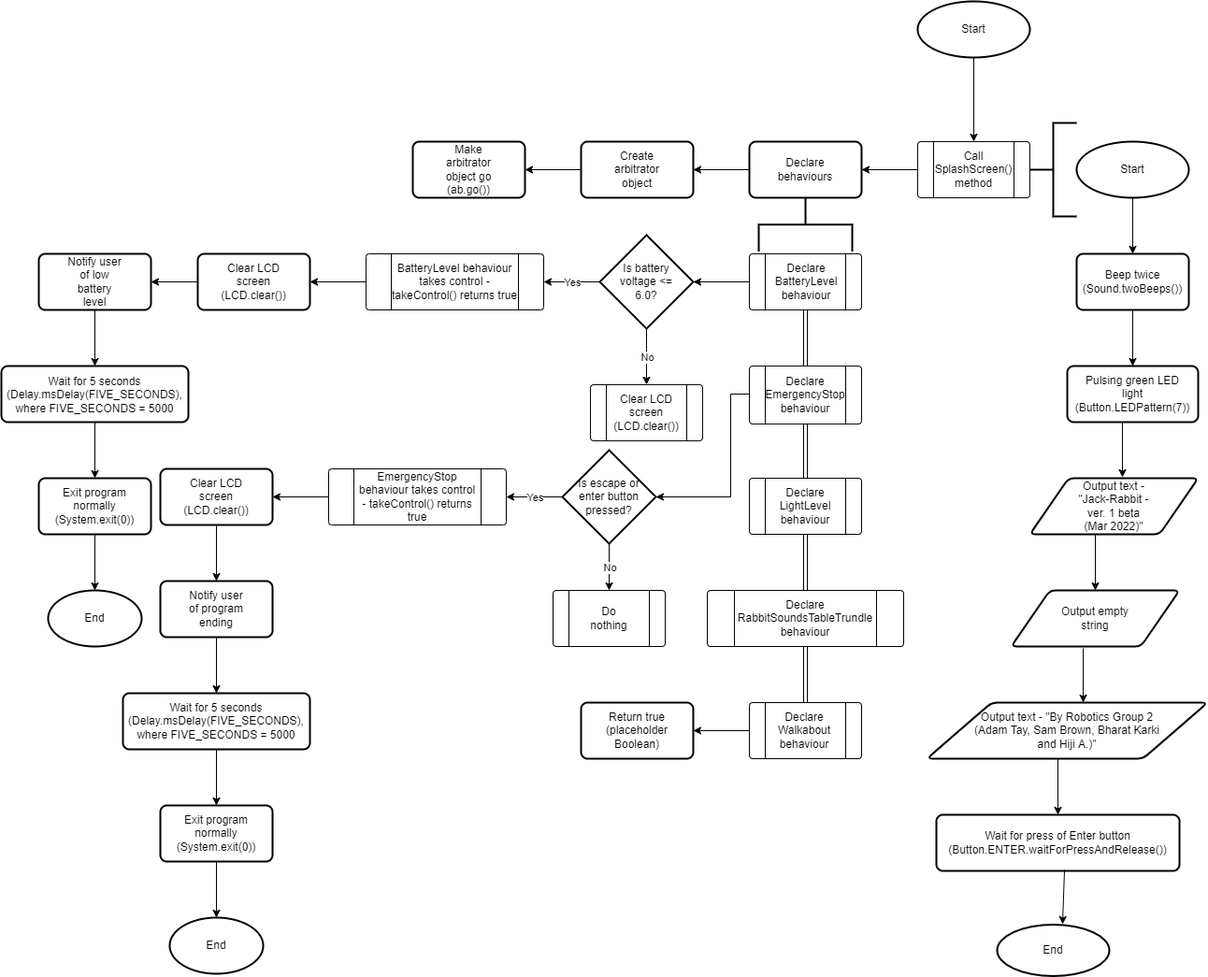
This is Final submission/ControlFlow.png from XLmT09/Bunny-Robot, a draw.io export, as it was before one commit. Source tidied: cells renumbered, new cells last; positions are measured from the earlier drawing's top-left corner, leaving out a move shared by most shapes.
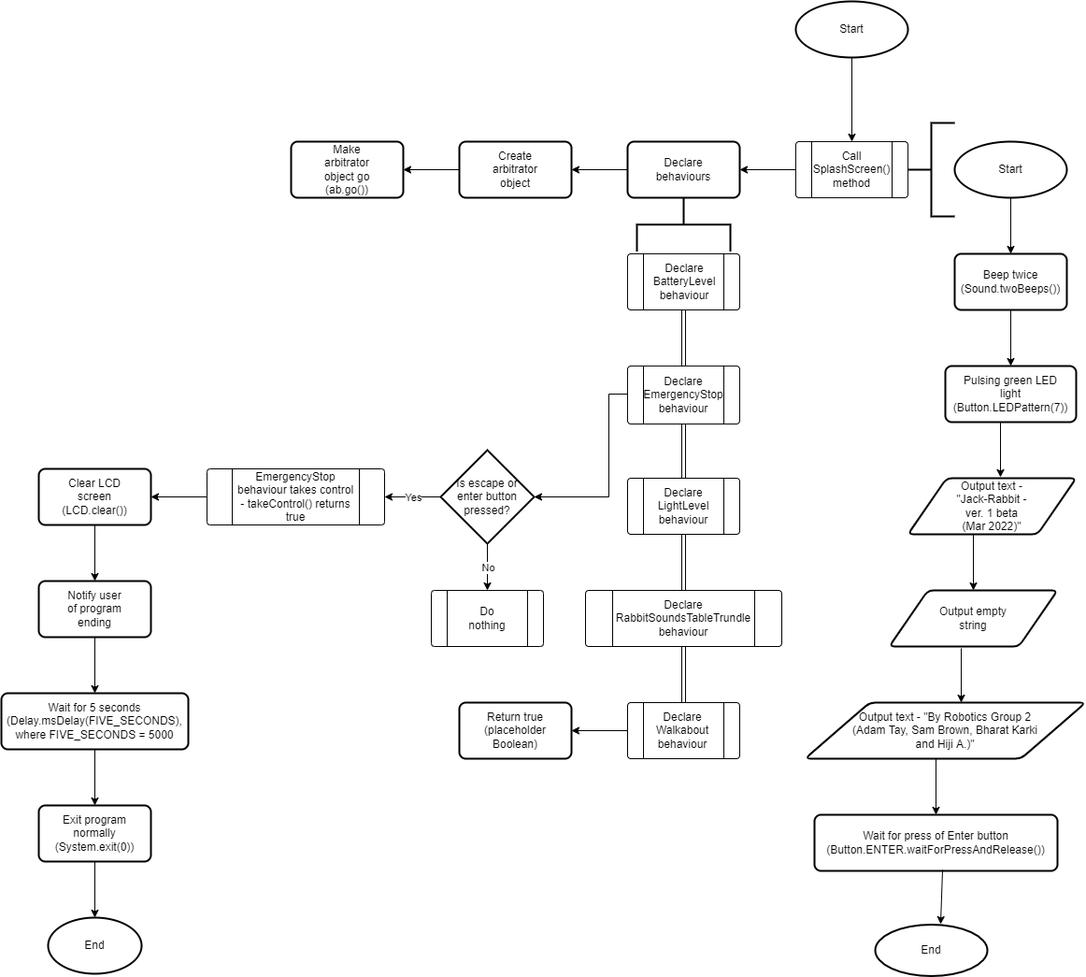
Above is the later version.

Diff of the diagram source:
```diff
@@ -208,52 +208,6 @@
         <mxPoint x="860" y="630" as="targetPoint" />
       </mxGeometry>
     </mxCell>
-    <mxCell id="66" style="endArrow=classic;html=1;rounded=0;sourcePerimeterSpacing=8;targetPerimeterSpacing=8;entryX=1;entryY=0.5;entryDx=0;entryDy=0;entryPerimeter=0;exitX=0;exitY=0.5;exitDx=0;exitDy=0;" parent="1" edge="1" source="47" target="68">
-      <mxGeometry relative="1" as="geometry" />
-    </mxCell>
-    <mxCell id="67" style="group;" parent="1" vertex="1">
-      <mxGeometry x="640" y="250" width="100" height="100" as="geometry" />
-    </mxCell>
-    <mxCell id="68" style="strokeWidth=2;html=1;shape=mxgraph.flowchart.decision;whiteSpace=wrap;hachureGap=4;" parent="67" vertex="1">
-      <mxGeometry width="100" height="100" as="geometry" />
-    </mxCell>
-    <mxCell id="69" value="Is battery voltage &amp;lt;= 6.0?" style="text;strokeColor=none;fillColor=none;html=1;align=center;verticalAlign=middle;whiteSpace=wrap;rounded=0;hachureGap=4;" parent="67" vertex="1">
-      <mxGeometry x="20" y="35" width="60" height="30" as="geometry" />
-    </mxCell>
-    <mxCell id="70" style="endArrow=classic;html=1;rounded=0;sourcePerimeterSpacing=8;targetPerimeterSpacing=8;exitX=0.5;exitY=1;exitDx=0;exitDy=0;exitPerimeter=0;" parent="1" edge="1" source="68">
-      <mxGeometry relative="1" as="geometry">
-        <mxPoint x="690" y="410" as="targetPoint" />
-      </mxGeometry>
-    </mxCell>
-    <mxCell id="71" value="No" style="edgeLabel;html=1;align=center;verticalAlign=middle;hachureGap=4;" parent="70" vertex="1">
-      <mxGeometry relative="1" as="geometry" />
-    </mxCell>
-    <mxCell id="72" style="endArrow=classic;html=1;rounded=0;sourcePerimeterSpacing=8;targetPerimeterSpacing=8;exitX=0;exitY=0.5;exitDx=0;exitDy=0;exitPerimeter=0;" parent="1" edge="1" source="68">
-      <mxGeometry relative="1" as="geometry">
-        <mxPoint x="580" y="300" as="targetPoint" />
-      </mxGeometry>
-    </mxCell>
-    <mxCell id="73" value="Yes" style="edgeLabel;html=1;align=center;verticalAlign=middle;hachureGap=4;" parent="72" vertex="1">
-      <mxGeometry relative="1" as="geometry" />
-    </mxCell>
-    <mxCell id="74" style="group;" parent="1" vertex="1">
-      <mxGeometry x="390" y="270" width="190" height="60" as="geometry" />
-    </mxCell>
-    <mxCell id="75" style="verticalLabelPosition=bottom;verticalAlign=top;html=1;shape=process;whiteSpace=wrap;rounded=1;size=0.14;arcSize=6;hachureGap=4;" parent="74" vertex="1">
-      <mxGeometry width="190" height="60" as="geometry" />
-    </mxCell>
-    <mxCell id="76" value="BatteryLevel behaviour takes control - takeControl() returns true" style="text;strokeColor=none;fillColor=none;html=1;align=center;verticalAlign=middle;whiteSpace=wrap;rounded=0;hachureGap=4;" parent="74" vertex="1">
-      <mxGeometry x="25" y="15" width="140" height="30" as="geometry" />
-    </mxCell>
-    <mxCell id="77" style="group;" parent="1" vertex="1">
-      <mxGeometry x="630" y="410" width="170" height="60" as="geometry" />
-    </mxCell>
-    <mxCell id="78" style="verticalLabelPosition=bottom;verticalAlign=top;html=1;shape=process;whiteSpace=wrap;rounded=1;size=0.14;arcSize=6;hachureGap=4;" parent="77" vertex="1">
-      <mxGeometry width="120" height="60" as="geometry" />
-    </mxCell>
-    <mxCell id="79" value="Clear LCD screen (LCD.clear())" style="text;strokeColor=none;fillColor=none;html=1;align=center;verticalAlign=middle;whiteSpace=wrap;rounded=0;hachureGap=4;" parent="77" vertex="1">
-      <mxGeometry x="30" y="15" width="60" height="30" as="geometry" />
-    </mxCell>
     <mxCell id="80" style="endArrow=classic;html=1;rounded=0;sourcePerimeterSpacing=8;targetPerimeterSpacing=8;" parent="1" edge="1">
       <mxGeometry relative="1" as="geometry">
         <mxPoint x="800" y="420" as="sourcePoint" />
@@ -305,18 +259,6 @@
     <mxCell id="93" value="Do nothing" style="text;strokeColor=none;fillColor=none;html=1;align=center;verticalAlign=middle;whiteSpace=wrap;rounded=0;hachureGap=4;" parent="91" vertex="1">
       <mxGeometry x="30" y="15" width="60" height="30" as="geometry" />
     </mxCell>
-    <mxCell id="94" style="group;" parent="1" vertex="1">
-      <mxGeometry x="210" y="270" width="120" height="60" as="geometry" />
-    </mxCell>
-    <mxCell id="95" style="rounded=1;whiteSpace=wrap;html=1;absoluteArcSize=1;arcSize=14;strokeWidth=2;hachureGap=4;" parent="94" vertex="1">
-      <mxGeometry width="120" height="60" as="geometry" />
-    </mxCell>
-    <mxCell id="96" value="Clear LCD screen (LCD.clear())" style="text;strokeColor=none;fillColor=none;html=1;align=center;verticalAlign=middle;whiteSpace=wrap;rounded=0;hachureGap=4;" parent="94" vertex="1">
-      <mxGeometry x="30" y="15" width="60" height="30" as="geometry" />
-    </mxCell>
-    <mxCell id="97" style="endArrow=classic;html=1;rounded=0;sourcePerimeterSpacing=8;targetPerimeterSpacing=8;entryX=1;entryY=0.5;entryDx=0;entryDy=0;exitX=0;exitY=0.5;exitDx=0;exitDy=0;" parent="1" edge="1" source="75" target="95">
-      <mxGeometry relative="1" as="geometry" />
-    </mxCell>
     <mxCell id="98" style="rounded=1;whiteSpace=wrap;html=1;absoluteArcSize=1;arcSize=14;strokeWidth=2;hachureGap=4;" parent="1" vertex="1">
       <mxGeometry x="170" y="500" width="120" height="60" as="geometry" />
     </mxCell>
@@ -389,18 +331,6 @@
     <mxCell id="121" style="endArrow=classic;html=1;rounded=0;sourcePerimeterSpacing=8;targetPerimeterSpacing=8;entryX=0.5;entryY=0;entryDx=0;entryDy=0;entryPerimeter=0;exitX=0.5;exitY=1;exitDx=0;exitDy=0;" parent="1" edge="1" source="116" target="119">
       <mxGeometry relative="1" as="geometry" />
     </mxCell>
-    <mxCell id="122" style="group;" parent="1" vertex="1">
-      <mxGeometry x="40" y="270" width="120" height="60" as="geometry" />
-    </mxCell>
-    <mxCell id="123" style="rounded=1;whiteSpace=wrap;html=1;absoluteArcSize=1;arcSize=14;strokeWidth=2;hachureGap=4;" parent="122" vertex="1">
-      <mxGeometry width="120" height="60" as="geometry" />
-    </mxCell>
-    <mxCell id="124" value="Notify user of low battery level" style="text;strokeColor=none;fillColor=none;html=1;align=center;verticalAlign=middle;whiteSpace=wrap;rounded=0;hachureGap=4;" parent="122" vertex="1">
-      <mxGeometry x="30" y="15" width="60" height="30" as="geometry" />
-    </mxCell>
-    <mxCell id="125" style="endArrow=classic;html=1;rounded=0;sourcePerimeterSpacing=8;targetPerimeterSpacing=8;entryX=1;entryY=0.5;entryDx=0;entryDy=0;exitX=0;exitY=0.5;exitDx=0;exitDy=0;" parent="1" edge="1" source="95" target="123">
-      <mxGeometry relative="1" as="geometry" />
-    </mxCell>
     <mxCell id="126" style="group;" parent="1" vertex="1">
       <mxGeometry x="1065" y="987.5" width="120" height="55" as="geometry" />
     </mxCell>
@@ -410,35 +340,5 @@
     <mxCell id="128" value="End" style="text;html=1;strokeColor=none;fillColor=none;align=center;verticalAlign=middle;whiteSpace=wrap;rounded=0;hachureGap=4;" parent="126" vertex="1">
       <mxGeometry x="30" y="12.5" width="60" height="30" as="geometry" />
     </mxCell>
-    <mxCell id="129" style="group;" parent="1" vertex="1">
-      <mxGeometry y="390" width="200" height="60" as="geometry" />
-    </mxCell>
-    <mxCell id="130" style="rounded=1;whiteSpace=wrap;html=1;absoluteArcSize=1;arcSize=14;strokeWidth=2;hachureGap=4;" parent="129" vertex="1">
-      <mxGeometry width="200" height="60" as="geometry" />
-    </mxCell>
-    <mxCell id="131" value="Wait for 5 seconds (Delay.msDelay(FIVE_SECONDS), where FIVE_SECONDS = 5000" style="text;strokeColor=none;fillColor=none;html=1;align=center;verticalAlign=middle;whiteSpace=wrap;rounded=0;hachureGap=4;" parent="129" vertex="1">
-      <mxGeometry x="70" y="16" width="60" height="30" as="geometry" />
-    </mxCell>
-    <mxCell id="132" style="endArrow=classic;html=1;rounded=0;sourcePerimeterSpacing=8;targetPerimeterSpacing=8;entryX=0.5;entryY=0;entryDx=0;entryDy=0;exitX=0.5;exitY=1;exitDx=0;exitDy=0;" parent="1" edge="1" source="123" target="130">
-      <mxGeometry relative="1" as="geometry" />
-    </mxCell>
-    <mxCell id="133" style="rounded=1;whiteSpace=wrap;html=1;absoluteArcSize=1;arcSize=14;strokeWidth=2;hachureGap=4;" parent="1" vertex="1">
-      <mxGeometry x="40" y="510" width="120" height="60" as="geometry" />
-    </mxCell>
-    <mxCell id="134" style="endArrow=classic;html=1;rounded=0;sourcePerimeterSpacing=8;targetPerimeterSpacing=8;entryX=0.5;entryY=0;entryDx=0;entryDy=0;exitX=0.5;exitY=1;exitDx=0;exitDy=0;" parent="1" edge="1" source="130" target="133">
-      <mxGeometry relative="1" as="geometry" />
-    </mxCell>
-    <mxCell id="135" value="Exit program normally (System.exit(0))" style="text;strokeColor=none;fillColor=none;html=1;align=center;verticalAlign=middle;whiteSpace=wrap;rounded=0;hachureGap=4;" parent="1" vertex="1">
-      <mxGeometry x="70" y="525" width="60" height="30" as="geometry" />
-    </mxCell>
-    <mxCell id="136" style="strokeWidth=2;html=1;shape=mxgraph.flowchart.start_1;whiteSpace=wrap;hachureGap=4;" parent="1" vertex="1">
-      <mxGeometry x="50" y="630" width="100" height="60" as="geometry" />
-    </mxCell>
-    <mxCell id="137" value="End" style="text;strokeColor=none;fillColor=none;html=1;align=center;verticalAlign=middle;whiteSpace=wrap;rounded=0;hachureGap=4;" parent="1" vertex="1">
-      <mxGeometry x="70" y="645" width="60" height="30" as="geometry" />
-    </mxCell>
-    <mxCell id="138" style="endArrow=classic;html=1;rounded=0;sourcePerimeterSpacing=8;targetPerimeterSpacing=8;entryX=0.5;entryY=0;entryDx=0;entryDy=0;entryPerimeter=0;exitX=0.5;exitY=1;exitDx=0;exitDy=0;" parent="1" edge="1" source="133" target="136">
-      <mxGeometry relative="1" as="geometry" />
-    </mxCell>
   </root>
 </mxGraphModel>
```
